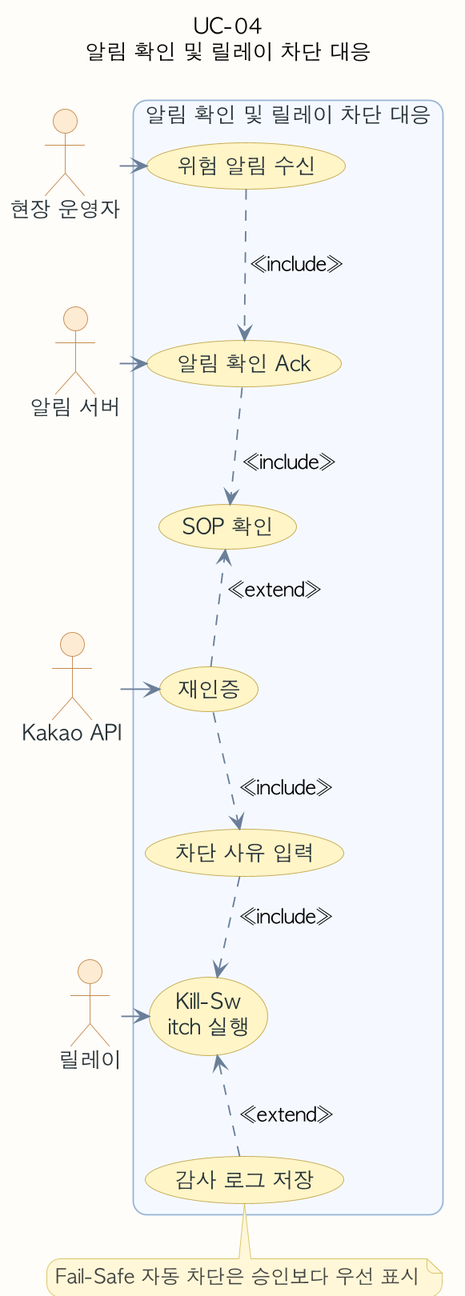
The PlantUML diagram assets/diagrams/usecase/uc-04-usecase.png in ricky30825-creator/BMS, before a commit. Its source is kept beside it as assets/diagrams/usecase/uc-04-usecase.puml.
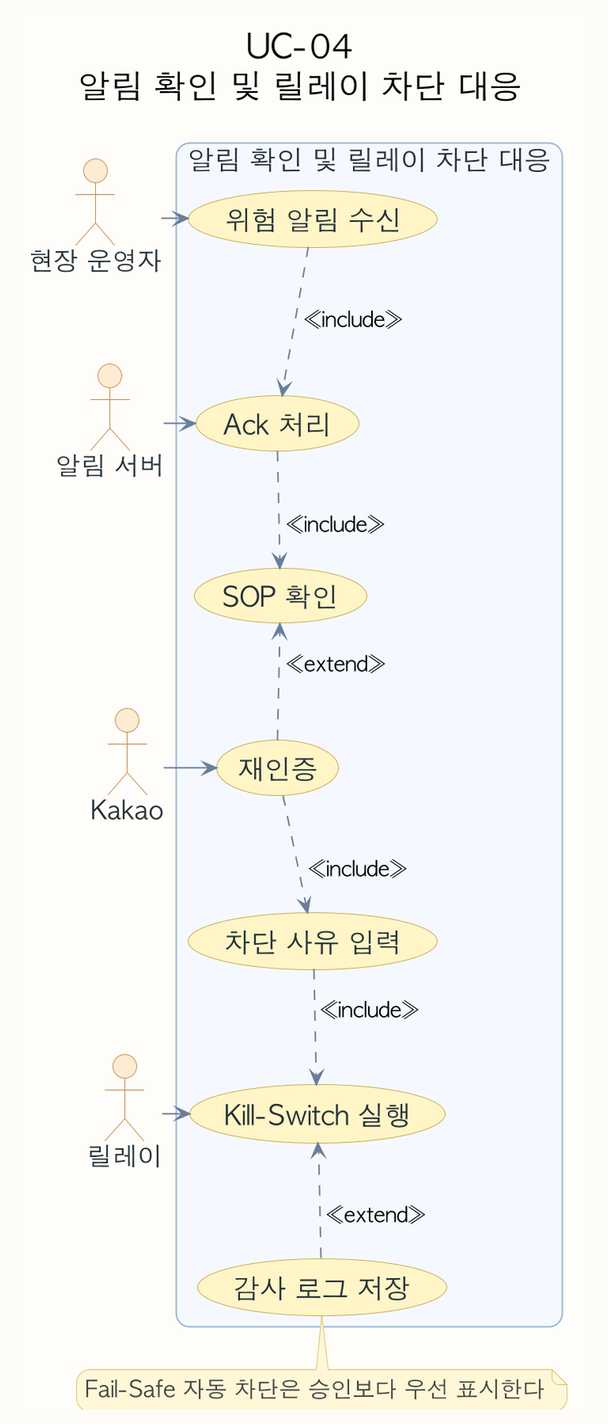
The same diagram one commit later.

What changed in the source:
```diff
@@ -4,6 +4,12 @@
 skinparam shadowing false
 skinparam dpi 180
 skinparam defaultFontName "AppleGothic"
+skinparam defaultFontSize 18
+skinparam TitleFontSize 22
+skinparam ActorFontSize 17
+skinparam UsecaseFontSize 18
+skinparam NoteFontSize 15
+skinparam ArrowFontSize 14
 skinparam roundcorner 18
 skinparam usecase {
   BackgroundColor #F8FAFC
@@ -34,15 +40,15 @@
 title UC-04\n알림 확인 및 릴레이 차단 대응
 actor "현장 운영자" as A
 actor "알림 서버" as S1
-actor "Kakao API" as S2
+actor "Kakao" as S2
 actor "릴레이" as S3
 rectangle "알림 확인 및 릴레이 차단 대응" {
   usecase "위험 알림 수신" as U1
-  usecase "알림 확인 Ack" as U2
+  usecase "Ack 처리" as U2
   usecase "SOP 확인" as U3
   usecase "재인증" as U4
   usecase "차단 사유 입력" as U5
-  usecase "Kill-Sw\nitch 실행" as U6
+  usecase "Kill-Switch 실행" as U6
   usecase "감사 로그 저장" as U7
 }
 U1 -[hidden]down- U2
@@ -62,6 +68,6 @@
 U5 ..> U6 : <<include>>
 U7 ..> U6 : <<extend>>
 note bottom of U7
-Fail-Safe 자동 차단은 승인보다 우선 표시
+Fail-Safe 자동 차단은 승인보다 우선 표시한다
 end note
 @enduml
```
